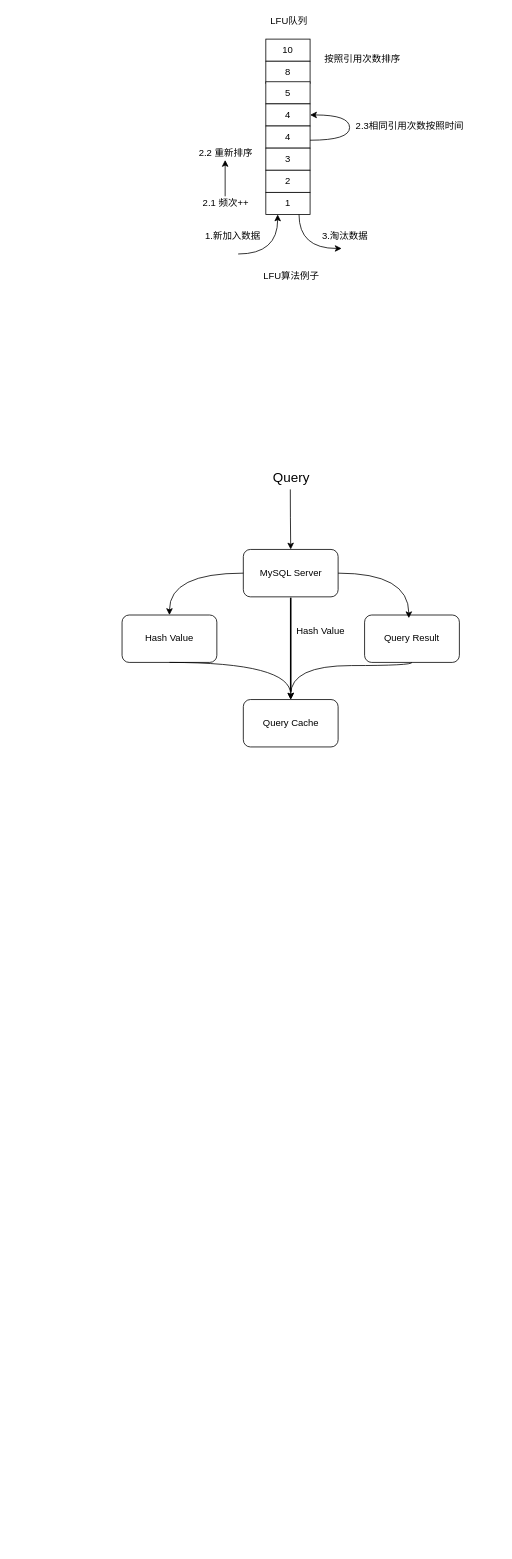
Earlier version of the draw.io diagram Untitled Diagram.drawio (DaybydayToAspiration/Flutter_Study). Source tidied: cells renumbered, new cells numbered last; positions are measured from the earlier drawing's top-left corner, leaving out a move shared by most shapes. Both pictures are drawn from the tidied source at 79%, with x=0, y=0 at pixel (122, 13).
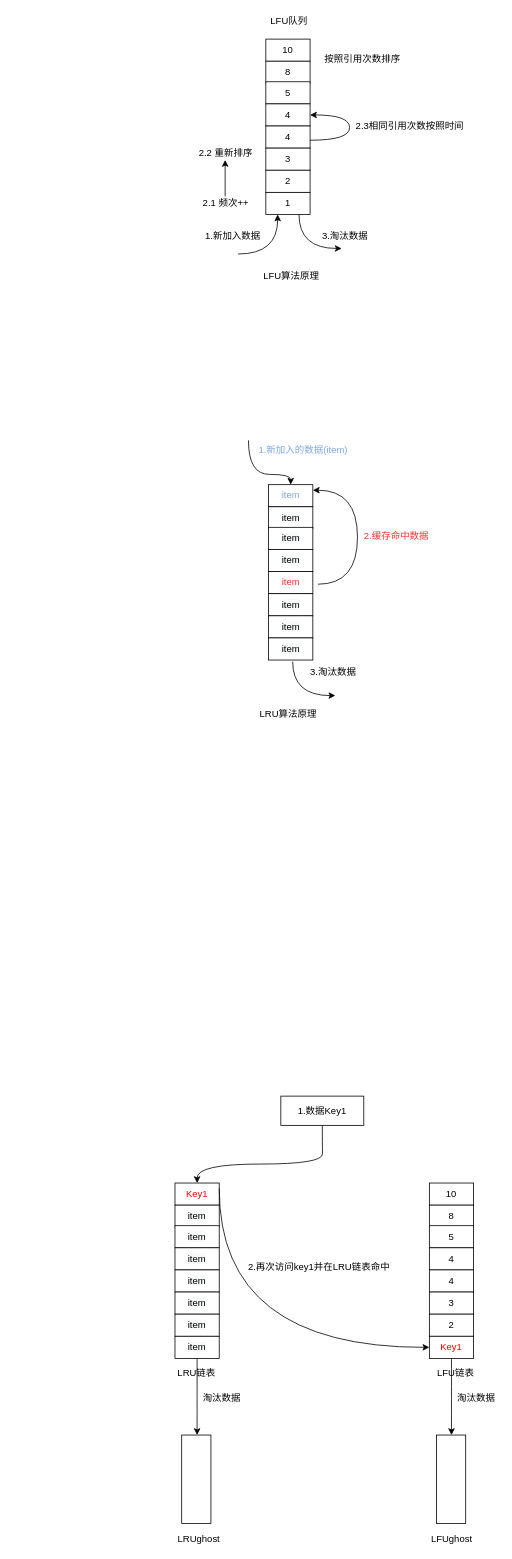
The same page after the edit.

What changed in the source:
```diff
@@
-    <mxCell id="10" value="LFU算法例子" style="text;html=1;align=center;verticalAlign=middle;strokeColor=none;" parent="1" vertex="1">
+    <mxCell id="10" value="LFU算法原理" style="text;html=1;align=center;verticalAlign=middle;strokeColor=none;" parent="1" vertex="1">
       <mxGeometry x="173" y="323" width="81" height="18" as="geometry" />
     </mxCell>
@@
-    <mxCell id="22" value="MySQL Server" style="rounded=1;whiteSpace=wrap;html=1;" parent="1" vertex="1">
-      <mxGeometry x="153.5" y="678" width="120" height="60" as="geometry" />
-    </mxCell>
-    <mxCell id="23" value="&lt;font style=&quot;font-size: 17px&quot;&gt;Query&lt;/font&gt;" style="text;html=1;align=center;verticalAlign=middle;points=[];strokeColor=none;" parent="1" vertex="1">
-      <mxGeometry x="185.5" y="578" width="56" height="19" as="geometry" />
-    </mxCell>
-    <mxCell id="24" value="Hash Value" style="rounded=1;whiteSpace=wrap;html=1;" parent="1" vertex="1">
-      <mxGeometry y="761" width="120" height="60" as="geometry" />
-    </mxCell>
-    <mxCell id="25" style="curved=1;endArrow=classic;html=1;rounded=0;edgeStyle=orthogonalEdgeStyle;exitX=0.491;exitY=1.263;exitDx=0;exitDy=0;exitPerimeter=0;entryX=0.5;entryY=0;entryDx=0;entryDy=0;" parent="1" edge="1" source="23" target="22">
-      <mxGeometry relative="1" as="geometry" />
-    </mxCell>
-    <mxCell id="26" style="curved=1;endArrow=classic;html=1;rounded=0;edgeStyle=orthogonalEdgeStyle;exitX=0;exitY=0.5;exitDx=0;exitDy=0;" parent="1" edge="1" source="22">
-      <mxGeometry relative="1" as="geometry">
-        <mxPoint x="60" y="761" as="targetPoint" />
-        <Array as="points">
-          <mxPoint x="60" y="708" />
-        </Array>
-      </mxGeometry>
-    </mxCell>
-    <mxCell id="27" value="Query Result" style="rounded=1;whiteSpace=wrap;html=1;" parent="1" vertex="1">
-      <mxGeometry x="307" y="761" width="120" height="60" as="geometry" />
-    </mxCell>
-    <mxCell id="28" value="Query Cache" style="rounded=1;whiteSpace=wrap;html=1;" parent="1" vertex="1">
-      <mxGeometry x="153.5" y="868" width="120" height="60" as="geometry" />
-    </mxCell>
-    <mxCell id="29" style="curved=1;endArrow=classic;html=1;rounded=0;edgeStyle=orthogonalEdgeStyle;exitX=1;exitY=0.5;exitDx=0;exitDy=0;" parent="1" edge="1" source="22">
-      <mxGeometry relative="1" as="geometry">
-        <mxPoint x="363" y="765" as="targetPoint" />
-        <Array as="points">
-          <mxPoint x="363" y="708" />
-        </Array>
-      </mxGeometry>
-    </mxCell>
-    <mxCell id="30" style="curved=1;endArrow=classic;html=1;rounded=0;edgeStyle=orthogonalEdgeStyle;exitX=0.5;exitY=1;exitDx=0;exitDy=0;entryX=0.5;entryY=0;entryDx=0;entryDy=0;" parent="1" edge="1" source="24" target="28">
-      <mxGeometry relative="1" as="geometry">
-        <Array as="points">
-          <mxPoint x="214" y="821" />
-        </Array>
-      </mxGeometry>
-    </mxCell>
-    <mxCell id="31" style="curved=1;endArrow=classic;html=1;rounded=0;edgeStyle=orthogonalEdgeStyle;exitX=0.5;exitY=1;exitDx=0;exitDy=0;entryX=0.5;entryY=0;entryDx=0;entryDy=0;" parent="1" edge="1" source="27" target="28">
-      <mxGeometry relative="1" as="geometry">
-        <Array as="points">
-          <mxPoint x="367" y="825" />
-          <mxPoint x="214" y="825" />
-        </Array>
-      </mxGeometry>
-    </mxCell>
-    <mxCell id="32" style="line;strokeWidth=2;direction=south;html=1;" parent="1" vertex="1">
-      <mxGeometry x="208.5" y="739" width="10" height="119" as="geometry" />
-    </mxCell>
-    <mxCell id="33" value="Hash Value" style="text;html=1;align=center;verticalAlign=middle;strokeColor=none;" parent="1" vertex="1">
-      <mxGeometry x="215" y="772" width="71" height="18" as="geometry" />
-    </mxCell>
+    <mxCell id="34" value="&lt;font color=&quot;#7ea6e0&quot;&gt;item&lt;/font&gt;" style="rounded=0;whiteSpace=wrap;html=1;imageAspect=1;" parent="1" vertex="1">
+      <mxGeometry x="185.5" y="596" width="56" height="28" as="geometry" />
+    </mxCell>
+    <mxCell id="35" value="&#10;&#10;&lt;span style=&quot;color: rgb(0, 0, 0); font-family: helvetica; font-size: 12px; font-style: normal; font-weight: 400; letter-spacing: normal; text-align: center; text-indent: 0px; text-transform: none; word-spacing: 0px; background-color: rgb(248, 249, 250); display: inline; float: none;&quot;&gt;item&lt;/span&gt;&#10;&#10;" style="rounded=0;whiteSpace=wrap;html=1;imageAspect=1;" parent="1" vertex="1">
+      <mxGeometry x="185.5" y="624" width="56" height="28" as="geometry" />
+    </mxCell>
+    <mxCell id="36" value="&#10;&#10;&lt;span style=&quot;color: rgb(0, 0, 0); font-family: helvetica; font-size: 12px; font-style: normal; font-weight: 400; letter-spacing: normal; text-align: center; text-indent: 0px; text-transform: none; word-spacing: 0px; background-color: rgb(248, 249, 250); display: inline; float: none;&quot;&gt;item&lt;/span&gt;&#10;&#10;" style="rounded=0;whiteSpace=wrap;html=1;imageAspect=1;" parent="1" vertex="1">
+      <mxGeometry x="185.5" y="650" width="56" height="28" as="geometry" />
+    </mxCell>
+    <mxCell id="37" value="&#10;&#10;&lt;span style=&quot;color: rgb(0, 0, 0); font-family: helvetica; font-size: 12px; font-style: normal; font-weight: 400; letter-spacing: normal; text-align: center; text-indent: 0px; text-transform: none; word-spacing: 0px; background-color: rgb(248, 249, 250); display: inline; float: none;&quot;&gt;item&lt;/span&gt;&#10;&#10;" style="rounded=0;whiteSpace=wrap;html=1;imageAspect=1;" parent="1" vertex="1">
+      <mxGeometry x="185.5" y="678" width="56" height="28" as="geometry" />
+    </mxCell>
+    <mxCell id="38" value="&lt;font color=&quot;#ff3333&quot;&gt;&lt;span style=&quot;font-family: &amp;#34;helvetica&amp;#34; ; font-size: 12px ; font-style: normal ; font-weight: 400 ; letter-spacing: normal ; text-align: center ; text-indent: 0px ; text-transform: none ; word-spacing: 0px ; background-color: rgb(248 , 249 , 250) ; display: inline ; float: none&quot;&gt;item&lt;/span&gt;&lt;br&gt;&lt;/font&gt;" style="rounded=0;whiteSpace=wrap;html=1;imageAspect=1;" parent="1" vertex="1">
+      <mxGeometry x="185.5" y="706" width="56" height="28" as="geometry" />
+    </mxCell>
+    <mxCell id="39" value="&#10;&#10;&lt;span style=&quot;color: rgb(0, 0, 0); font-family: helvetica; font-size: 12px; font-style: normal; font-weight: 400; letter-spacing: normal; text-align: center; text-indent: 0px; text-transform: none; word-spacing: 0px; background-color: rgb(248, 249, 250); display: inline; float: none;&quot;&gt;item&lt;/span&gt;&#10;&#10;" style="rounded=0;whiteSpace=wrap;html=1;imageAspect=1;" parent="1" vertex="1">
+      <mxGeometry x="185.5" y="734" width="56" height="28" as="geometry" />
+    </mxCell>
+    <mxCell id="40" value="&#10;&#10;&lt;span style=&quot;color: rgb(0, 0, 0); font-family: helvetica; font-size: 12px; font-style: normal; font-weight: 400; letter-spacing: normal; text-align: center; text-indent: 0px; text-transform: none; word-spacing: 0px; background-color: rgb(248, 249, 250); display: inline; float: none;&quot;&gt;item&lt;/span&gt;&#10;&#10;" style="rounded=0;whiteSpace=wrap;html=1;imageAspect=1;" parent="1" vertex="1">
+      <mxGeometry x="185.5" y="762" width="56" height="28" as="geometry" />
+    </mxCell>
+    <mxCell id="41" value="&#10;&#10;&lt;span style=&quot;color: rgb(0, 0, 0); font-family: helvetica; font-size: 12px; font-style: normal; font-weight: 400; letter-spacing: normal; text-align: center; text-indent: 0px; text-transform: none; word-spacing: 0px; background-color: rgb(248, 249, 250); display: inline; float: none;&quot;&gt;item&lt;/span&gt;&#10;&#10;" style="rounded=0;whiteSpace=wrap;html=1;imageAspect=1;" parent="1" vertex="1">
+      <mxGeometry x="185.5" y="790" width="56" height="28" as="geometry" />
+    </mxCell>
+    <mxCell id="42" style="curved=1;endArrow=classic;html=1;rounded=0;edgeStyle=orthogonalEdgeStyle;exitX=0.75;exitY=1;exitDx=0;exitDy=0;entryX=0.5;entryY=0;entryDx=0;entryDy=0;" parent="1" edge="1" target="34">
+      <mxGeometry relative="1" as="geometry">
+        <mxPoint x="160" y="540" as="sourcePoint" />
+        <Array as="points">
+          <mxPoint x="160" y="583" />
+          <mxPoint x="214" y="583" />
+        </Array>
+      </mxGeometry>
+    </mxCell>
+    <mxCell id="43" value="&lt;font color=&quot;#7ea6e0&quot;&gt;1.新加入的数据(item)&lt;/font&gt;" style="text;html=1;align=center;verticalAlign=middle;strokeColor=none;" parent="1" vertex="1">
+      <mxGeometry x="167" y="544" width="123" height="18" as="geometry" />
+    </mxCell>
+    <mxCell id="44" style="curved=1;endArrow=classic;html=1;rounded=0;edgeStyle=orthogonalEdgeStyle;entryX=1;entryY=0.25;entryDx=0;entryDy=0;" parent="1" edge="1" target="34">
+      <mxGeometry relative="1" as="geometry">
+        <mxPoint x="248" y="722" as="sourcePoint" />
+        <Array as="points">
+          <mxPoint x="298" y="722" />
+          <mxPoint x="298" y="603" />
+        </Array>
+      </mxGeometry>
+    </mxCell>
+    <mxCell id="45" value="&lt;font color=&quot;#ff3333&quot;&gt;2.缓存命中数据&lt;/font&gt;" style="text;html=1;align=center;verticalAlign=middle;strokeColor=none;" parent="1" vertex="1">
+      <mxGeometry x="301" y="652" width="92" height="18" as="geometry" />
+    </mxCell>
+    <mxCell id="46" style="curved=1;endArrow=classic;html=1;rounded=0;edgeStyle=orthogonalEdgeStyle;exitX=0.75;exitY=1;exitDx=0;exitDy=0;" parent="1" edge="1">
+      <mxGeometry relative="1" as="geometry">
+        <mxPoint x="216" y="820" as="sourcePoint" />
+        <mxPoint x="270" y="863" as="targetPoint" />
+        <Array as="points">
+          <mxPoint x="216" y="863" />
+        </Array>
+      </mxGeometry>
+    </mxCell>
+    <mxCell id="47" value="3.淘汰数据" style="text;html=1;align=center;verticalAlign=middle;strokeColor=none;" parent="1" vertex="1">
+      <mxGeometry x="233" y="825" width="68" height="18" as="geometry" />
+    </mxCell>
+    <mxCell id="48" value="LRU算法原理" style="text;html=1;align=center;verticalAlign=middle;strokeColor=none;" parent="1" vertex="1">
+      <mxGeometry x="169" y="878" width="82" height="18" as="geometry" />
+    </mxCell>
+    <mxCell id="49" style="group;" parent="1" vertex="1">
+      <mxGeometry x="-137" y="1163" width="56" height="222" as="geometry" />
+    </mxCell>
+    <mxCell id="50" style="group;" parent="49" vertex="1">
+      <mxGeometry x="526" y="317" width="56" height="222" as="geometry" />
+    </mxCell>
+    <mxCell id="51" value="10" style="rounded=0;whiteSpace=wrap;html=1;imageAspect=1;" parent="50" vertex="1">
+      <mxGeometry width="56" height="28" as="geometry" />
+    </mxCell>
+    <mxCell id="52" value="8" style="rounded=0;whiteSpace=wrap;html=1;imageAspect=1;" parent="50" vertex="1">
+      <mxGeometry y="28" width="56" height="28" as="geometry" />
+    </mxCell>
+    <mxCell id="53" value="5" style="rounded=0;whiteSpace=wrap;html=1;imageAspect=1;" parent="50" vertex="1">
+      <mxGeometry y="54" width="56" height="28" as="geometry" />
+    </mxCell>
+    <mxCell id="54" value="4" style="rounded=0;whiteSpace=wrap;html=1;imageAspect=1;" parent="50" vertex="1">
+      <mxGeometry y="82" width="56" height="28" as="geometry" />
+    </mxCell>
+    <mxCell id="55" value="4" style="rounded=0;whiteSpace=wrap;html=1;imageAspect=1;" parent="50" vertex="1">
+      <mxGeometry y="110" width="56" height="28" as="geometry" />
+    </mxCell>
+    <mxCell id="56" value="3" style="rounded=0;whiteSpace=wrap;html=1;imageAspect=1;" parent="50" vertex="1">
+      <mxGeometry y="138" width="56" height="28" as="geometry" />
+    </mxCell>
+    <mxCell id="57" value="2" style="rounded=0;whiteSpace=wrap;html=1;imageAspect=1;" parent="50" vertex="1">
+      <mxGeometry y="166" width="56" height="28" as="geometry" />
+    </mxCell>
+    <mxCell id="58" value="&lt;font color=&quot;#ff0000&quot;&gt;Key1&lt;/font&gt;" style="rounded=0;whiteSpace=wrap;html=1;imageAspect=1;" parent="50" vertex="1">
+      <mxGeometry y="194" width="56" height="28" as="geometry" />
+    </mxCell>
+    <mxCell id="59" style="group;" parent="1" vertex="1">
+      <mxGeometry x="67" y="1480" width="56" height="222" as="geometry" />
+    </mxCell>
+    <mxCell id="60" value="&lt;font color=&quot;#ff0000&quot;&gt;Key1&lt;/font&gt;" style="rounded=0;whiteSpace=wrap;html=1;imageAspect=1;" parent="59" vertex="1">
+      <mxGeometry width="56" height="28" as="geometry" />
+    </mxCell>
+    <mxCell id="61" value="&#10;&#10;&lt;span style=&quot;color: rgb(0, 0, 0); font-family: helvetica; font-size: 12px; font-style: normal; font-weight: 400; letter-spacing: normal; text-align: center; text-indent: 0px; text-transform: none; word-spacing: 0px; background-color: rgb(248, 249, 250); display: inline; float: none;&quot;&gt;item&lt;/span&gt;&#10;&#10;" style="rounded=0;whiteSpace=wrap;html=1;imageAspect=1;" parent="59" vertex="1">
+      <mxGeometry y="28" width="56" height="28" as="geometry" />
+    </mxCell>
+    <mxCell id="62" value="&#10;&#10;&lt;span style=&quot;color: rgb(0, 0, 0); font-family: helvetica; font-size: 12px; font-style: normal; font-weight: 400; letter-spacing: normal; text-align: center; text-indent: 0px; text-transform: none; word-spacing: 0px; background-color: rgb(248, 249, 250); display: inline; float: none;&quot;&gt;item&lt;/span&gt;&#10;&#10;" style="rounded=0;whiteSpace=wrap;html=1;imageAspect=1;" parent="59" vertex="1">
+      <mxGeometry y="54" width="56" height="28" as="geometry" />
+    </mxCell>
+    <mxCell id="63" value="&#10;&#10;&lt;span style=&quot;color: rgb(0, 0, 0); font-family: helvetica; font-size: 12px; font-style: normal; font-weight: 400; letter-spacing: normal; text-align: center; text-indent: 0px; text-transform: none; word-spacing: 0px; background-color: rgb(248, 249, 250); display: inline; float: none;&quot;&gt;item&lt;/span&gt;&#10;&#10;" style="rounded=0;whiteSpace=wrap;html=1;imageAspect=1;" parent="59" vertex="1">
+      <mxGeometry y="82" width="56" height="28" as="geometry" />
+    </mxCell>
+    <mxCell id="64" value="&lt;span style=&quot;font-family: &amp;#34;helvetica&amp;#34; ; font-size: 12px ; font-style: normal ; font-weight: 400 ; letter-spacing: normal ; text-align: center ; text-indent: 0px ; text-transform: none ; word-spacing: 0px ; background-color: rgb(248 , 249 , 250) ; display: inline ; float: none&quot;&gt;item&lt;/span&gt;" style="rounded=0;whiteSpace=wrap;html=1;imageAspect=1;" parent="59" vertex="1">
+      <mxGeometry y="110" width="56" height="28" as="geometry" />
+    </mxCell>
+    <mxCell id="65" value="&#10;&#10;&lt;span style=&quot;color: rgb(0, 0, 0); font-family: helvetica; font-size: 12px; font-style: normal; font-weight: 400; letter-spacing: normal; text-align: center; text-indent: 0px; text-transform: none; word-spacing: 0px; background-color: rgb(248, 249, 250); display: inline; float: none;&quot;&gt;item&lt;/span&gt;&#10;&#10;" style="rounded=0;whiteSpace=wrap;html=1;imageAspect=1;" parent="59" vertex="1">
+      <mxGeometry y="138" width="56" height="28" as="geometry" />
+    </mxCell>
+    <mxCell id="66" value="&#10;&#10;&lt;span style=&quot;color: rgb(0, 0, 0); font-family: helvetica; font-size: 12px; font-style: normal; font-weight: 400; letter-spacing: normal; text-align: center; text-indent: 0px; text-transform: none; word-spacing: 0px; background-color: rgb(248, 249, 250); display: inline; float: none;&quot;&gt;item&lt;/span&gt;&#10;&#10;" style="rounded=0;whiteSpace=wrap;html=1;imageAspect=1;" parent="59" vertex="1">
+      <mxGeometry y="166" width="56" height="28" as="geometry" />
+    </mxCell>
+    <mxCell id="67" value="&#10;&#10;&lt;span style=&quot;color: rgb(0, 0, 0); font-family: helvetica; font-size: 12px; font-style: normal; font-weight: 400; letter-spacing: normal; text-align: center; text-indent: 0px; text-transform: none; word-spacing: 0px; background-color: rgb(248, 249, 250); display: inline; float: none;&quot;&gt;item&lt;/span&gt;&#10;&#10;" style="rounded=0;whiteSpace=wrap;html=1;imageAspect=1;" parent="59" vertex="1">
+      <mxGeometry y="194" width="56" height="28" as="geometry" />
+    </mxCell>
+    <mxCell id="68" value="LRU链表" style="text;html=1;align=center;verticalAlign=middle;strokeColor=none;" parent="1" vertex="1">
+      <mxGeometry x="65" y="1712" width="58" height="18" as="geometry" />
+    </mxCell>
+    <mxCell id="69" value="LFU链表" style="text;html=1;align=center;verticalAlign=middle;strokeColor=none;" parent="1" vertex="1">
+      <mxGeometry x="393" y="1712" width="57" height="18" as="geometry" />
+    </mxCell>
+    <mxCell id="70" value="1.数据Key1" style="whiteSpace=wrap;html=1;fillColor=#ffffff;" parent="1" vertex="1">
+      <mxGeometry x="201" y="1370" width="105" height="37" as="geometry" />
+    </mxCell>
+    <mxCell id="71" style="curved=1;endArrow=classic;html=1;rounded=0;edgeStyle=orthogonalEdgeStyle;entryX=0.5;entryY=0;entryDx=0;entryDy=0;exitX=0.5;exitY=1;exitDx=0;exitDy=0;" parent="1" edge="1" source="70" target="60">
+      <mxGeometry relative="1" as="geometry">
+        <Array as="points">
+          <mxPoint x="254" y="1430" />
+          <mxPoint x="254" y="1456" />
+          <mxPoint x="95" y="1456" />
+        </Array>
+      </mxGeometry>
+    </mxCell>
+    <mxCell id="72" style="curved=1;endArrow=classic;html=1;rounded=0;edgeStyle=orthogonalEdgeStyle;exitX=1;exitY=0.25;exitDx=0;exitDy=0;entryX=0;entryY=0.5;entryDx=0;entryDy=0;" parent="1" edge="1" source="60" target="58">
+      <mxGeometry relative="1" as="geometry">
+        <Array as="points">
+          <mxPoint x="123" y="1688" />
+        </Array>
+      </mxGeometry>
+    </mxCell>
+    <mxCell id="73" value="2.再次访问key1并在LRU链表命中" style="text;html=1;align=center;verticalAlign=middle;strokeColor=none;" parent="1" vertex="1">
+      <mxGeometry x="154" y="1578" width="189" height="18" as="geometry" />
+    </mxCell>
+    <mxCell id="74" style="whiteSpace=wrap;html=1;strokeColor=#000000;fillColor=#ffffff;" parent="1" vertex="1">
+      <mxGeometry x="75.5" y="1799" width="37" height="112" as="geometry" />
+    </mxCell>
+    <mxCell id="75" style="whiteSpace=wrap;html=1;strokeColor=#000000;fillColor=#ffffff;" parent="1" vertex="1">
+      <mxGeometry x="398" y="1799" width="37" height="112" as="geometry" />
+    </mxCell>
+    <mxCell id="76" value="LRUghost" style="text;html=1;align=center;verticalAlign=middle;strokeColor=none;" parent="1" vertex="1">
+      <mxGeometry x="65" y="1922" width="63" height="18" as="geometry" />
+    </mxCell>
+    <mxCell id="77" value="LFUghost" style="text;html=1;align=center;verticalAlign=middle;strokeColor=none;" parent="1" vertex="1">
+      <mxGeometry x="386" y="1922" width="62" height="18" as="geometry" />
+    </mxCell>
+    <mxCell id="78" style="curved=1;endArrow=classic;html=1;rounded=0;edgeStyle=orthogonalEdgeStyle;exitX=0.5;exitY=1;exitDx=0;exitDy=0;" parent="1" edge="1" source="67">
+      <mxGeometry relative="1" as="geometry">
+        <mxPoint x="95" y="1799" as="targetPoint" />
+        <Array as="points">
+          <mxPoint x="95" y="1799" />
+        </Array>
+      </mxGeometry>
+    </mxCell>
+    <mxCell id="79" value="淘汰数据" style="text;html=1;align=center;verticalAlign=middle;strokeColor=none;" parent="1" vertex="1">
+      <mxGeometry x="96.5" y="1744" width="58" height="18" as="geometry" />
+    </mxCell>
+    <mxCell id="80" style="curved=1;endArrow=classic;html=1;rounded=0;edgeStyle=orthogonalEdgeStyle;exitX=0.5;exitY=1;exitDx=0;exitDy=0;" parent="1" edge="1">
+      <mxGeometry relative="1" as="geometry">
+        <mxPoint x="417" y="1702" as="sourcePoint" />
+        <mxPoint x="417" y="1799" as="targetPoint" />
+        <Array as="points">
+          <mxPoint x="417" y="1799" />
+        </Array>
+      </mxGeometry>
+    </mxCell>
+    <mxCell id="81" value="淘汰数据" style="text;html=1;align=center;verticalAlign=middle;strokeColor=none;" parent="1" vertex="1">
+      <mxGeometry x="418.5" y="1744" width="58" height="18" as="geometry" />
+    </mxCell>
```
